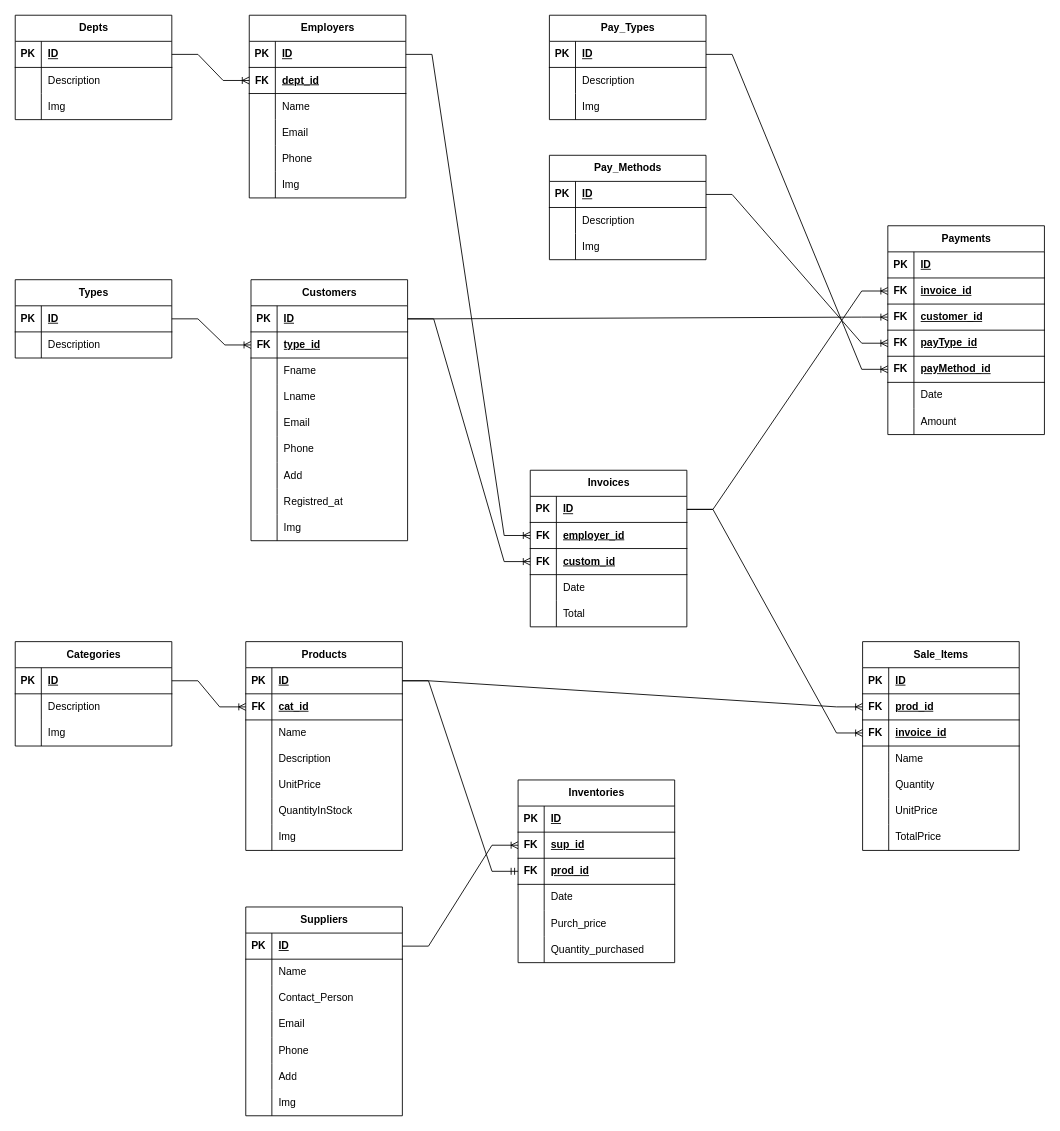
The draw.io diagram Untitled Diagram.drawio in D4N73MY7H/ODOO_SHOP, before the edit. Source tidied: cells renumbered, new cells numbered last; positions are measured from the earlier drawing's top-left corner, leaving out a move shared by most shapes. Both pictures are drawn from the tidied source at 87%, with x=0, y=0 at pixel (15, 15).
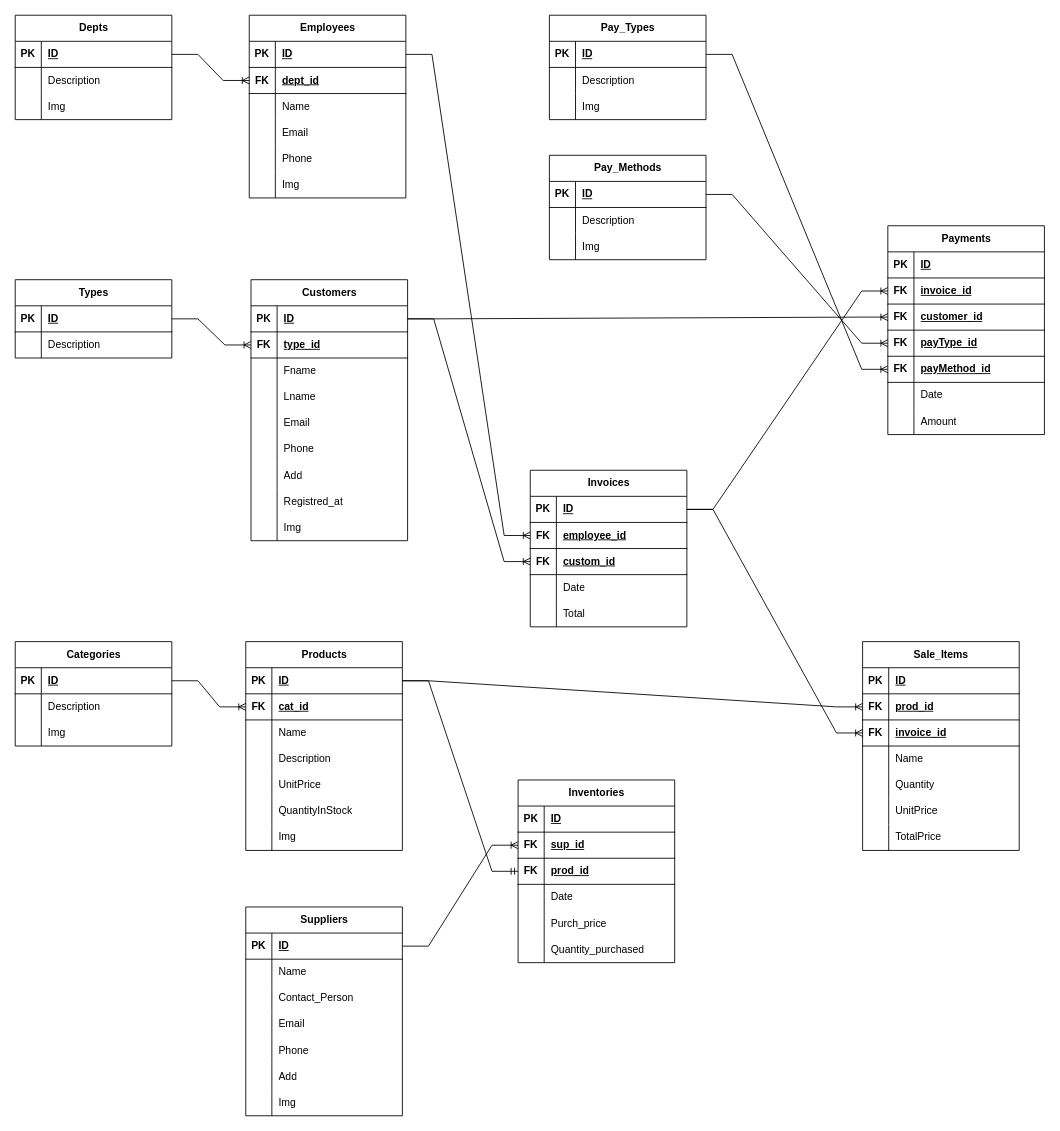
After the change.

The change refers to these unchanged cells:
```xml
<mxCell id="163" style="shape=tableRow;horizontal=0;startSize=0;swimlaneHead=0;swimlaneBody=0;fillColor=none;points=[[0,0.5],[1,0.5]];portConstraint=eastwest;top=0;left=0;right=0;bottom=1;" parent="159" vertex="1">
  <mxGeometry y="60" width="180" height="30" as="geometry" />
</mxCell>
```

What changed in the source:
```diff
@@
-    <mxCell id="49" value="Employers" style="shape=table;startSize=30;childLayout=tableLayout;rowLines=0;fontStyle=1;align=center;html=1;" parent="1" vertex="1">
+    <mxCell id="49" value="Employees" style="shape=table;startSize=30;childLayout=tableLayout;rowLines=0;fontStyle=1;align=center;html=1;" parent="1" vertex="1">
       <mxGeometry x="269" width="180" height="210" as="geometry" />
     </mxCell>
@@
-    <mxCell id="165" value="employer_id" style="shape=partialRectangle;fillColor=none;top=0;left=0;bottom=0;right=0;align=left;spacingLeft=6;fontStyle=5;overflow=hidden;whiteSpace=wrap;html=1;" parent="163" vertex="1">
+    <mxCell id="165" value="employee_id" style="shape=partialRectangle;fillColor=none;top=0;left=0;bottom=0;right=0;align=left;spacingLeft=6;fontStyle=5;overflow=hidden;whiteSpace=wrap;html=1;" parent="163" vertex="1">
       <mxGeometry x="30" width="150" height="30" as="geometry" />
     </mxCell>
```
